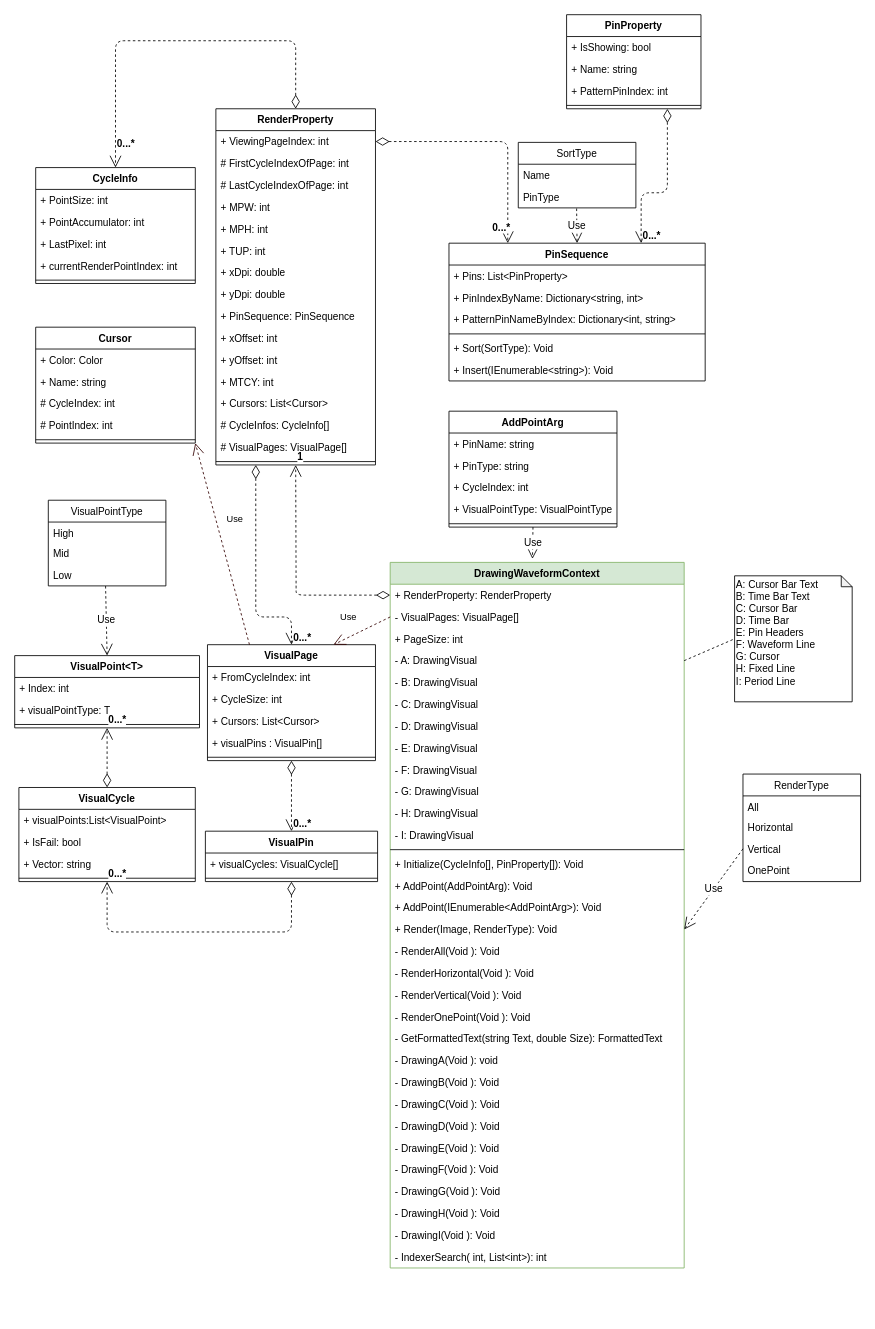
Earlier version of the draw.io diagram page "WF Class Diagram" (3 of 8) of SG9KG5/Waveform.drawio (Jasson-Chou/Software-Projects). Source tidied: cells renumbered, new cells numbered last; positions are measured from the earlier drawing's top-left corner, leaving out a move shared by most shapes. Both pictures are drawn from the tidied source at 84%, with x=0, y=0 at pixel (-22, 14).
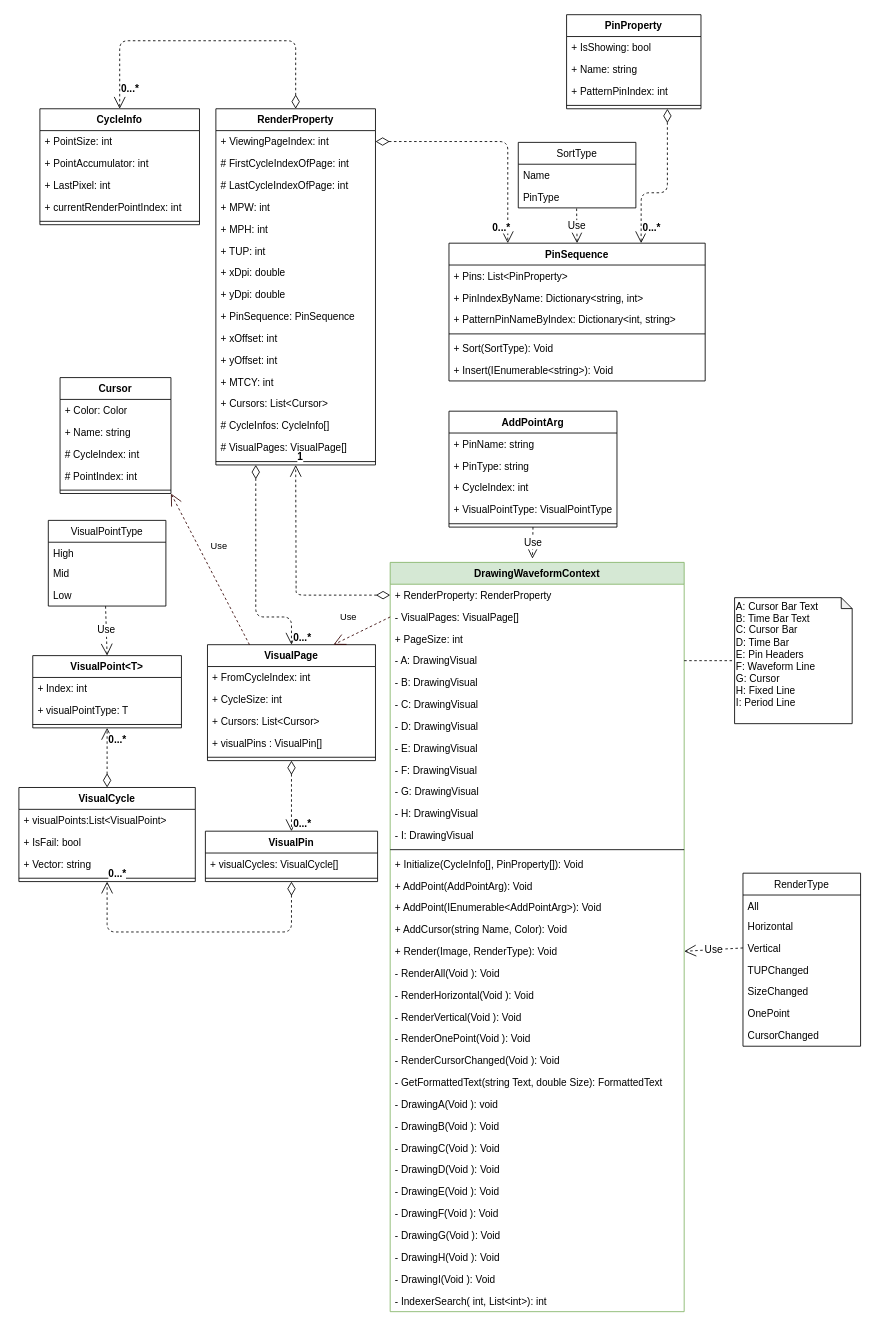
The same diagram, later.

The change refers to these unchanged cells:
```xml
<mxCell id="44" value="VisualCycle" style="swimlane;fontStyle=1;align=center;verticalAlign=top;horizontal=1;startSize=26;" parent="1" vertex="1">
  <mxGeometry x="48" y="920" width="210" height="112" as="geometry" />
</mxCell>
<mxCell id="59" value="RenderProperty" style="swimlane;fontStyle=1;align=center;verticalAlign=top;horizontal=1;startSize=26;" parent="1" vertex="1">
  <mxGeometry x="282.5" y="112" width="190" height="424" as="geometry" />
</mxCell>
<mxCell id="76" value="PinSequence" style="swimlane;fontStyle=1;align=center;verticalAlign=top;horizontal=1;startSize=26;" parent="1" vertex="1">
  <mxGeometry x="560" y="272" width="305" height="164" as="geometry" />
</mxCell>
<mxCell id="86" value="PinProperty" style="swimlane;fontStyle=1;align=center;verticalAlign=top;horizontal=1;startSize=26;" parent="1" vertex="1">
  <mxGeometry x="700" width="160" height="112" as="geometry" />
</mxCell>
```

Diff of the diagram source:
```diff
@@
     <mxCell id="2" value="DrawingWaveformContext" style="swimlane;fontStyle=1;align=center;verticalAlign=top;horizontal=1;startSize=26;fillColor=#d5e8d4;strokeColor=#82b366;" parent="1" vertex="1">
-      <mxGeometry x="490" y="652" width="350" height="840" as="geometry" />
+      <mxGeometry x="490" y="652" width="350" height="892" as="geometry" />
     </mxCell>
@@
+    <mxCell id="128" value="+ AddCursor(string Name, Color): Void" style="text;strokeColor=none;fillColor=none;align=left;verticalAlign=top;spacingLeft=4;spacingRight=4;overflow=hidden;" parent="2" vertex="1">
+      <mxGeometry y="424" width="350" height="26" as="geometry" />
+    </mxCell>
     <mxCell id="19" value="+ Render(Image, RenderType): Void" style="text;strokeColor=none;fillColor=none;align=left;verticalAlign=top;spacingLeft=4;spacingRight=4;overflow=hidden;points=[[0,0.5],[1,0.5]];portConstraint=eastwest;" parent="2" vertex="1">
-      <mxGeometry y="424" width="350" height="26" as="geometry" />
+      <mxGeometry y="450" width="350" height="26" as="geometry" />
     </mxCell>
     <mxCell id="20" value="- RenderAll(Void ): Void" style="text;strokeColor=none;fillColor=none;align=left;verticalAlign=top;spacingLeft=4;spacingRight=4;overflow=hidden;" parent="2" vertex="1">
-      <mxGeometry y="450" width="350" height="26" as="geometry" />
+      <mxGeometry y="476" width="350" height="26" as="geometry" />
     </mxCell>
     <mxCell id="21" value="- RenderHorizontal(Void ): Void" style="text;strokeColor=none;fillColor=none;align=left;verticalAlign=top;spacingLeft=4;spacingRight=4;overflow=hidden;" parent="2" vertex="1">
-      <mxGeometry y="476" width="350" height="26" as="geometry" />
+      <mxGeometry y="502" width="350" height="26" as="geometry" />
     </mxCell>
     <mxCell id="22" value="- RenderVertical(Void ): Void" style="text;strokeColor=none;fillColor=none;align=left;verticalAlign=top;spacingLeft=4;spacingRight=4;overflow=hidden;" parent="2" vertex="1">
-      <mxGeometry y="502" width="350" height="26" as="geometry" />
+      <mxGeometry y="528" width="350" height="26" as="geometry" />
     </mxCell>
     <mxCell id="23" value="- RenderOnePoint(Void ): Void" style="text;strokeColor=none;fillColor=none;align=left;verticalAlign=top;spacingLeft=4;spacingRight=4;overflow=hidden;" parent="2" vertex="1">
-      <mxGeometry y="528" width="350" height="26" as="geometry" />
+      <mxGeometry y="554" width="350" height="26" as="geometry" />
     </mxCell>
+    <mxCell id="129" value="- RenderCursorChanged(Void ): Void" style="text;strokeColor=none;fillColor=none;align=left;verticalAlign=top;spacingLeft=4;spacingRight=4;overflow=hidden;" parent="2" vertex="1">
+      <mxGeometry y="580" width="350" height="26" as="geometry" />
+    </mxCell>
     <mxCell id="24" value="- GetFormattedText(string Text, double Size): FormattedText" style="text;strokeColor=none;fillColor=none;align=left;verticalAlign=top;spacingLeft=4;spacingRight=4;overflow=hidden;" parent="2" vertex="1">
-      <mxGeometry y="554" width="350" height="26" as="geometry" />
+      <mxGeometry y="606" width="350" height="26" as="geometry" />
     </mxCell>
     <mxCell id="25" value="- DrawingA(Void ): void" style="text;strokeColor=none;fillColor=none;align=left;verticalAlign=top;spacingLeft=4;spacingRight=4;overflow=hidden;" parent="2" vertex="1">
-      <mxGeometry y="580" width="350" height="26" as="geometry" />
+      <mxGeometry y="632" width="350" height="26" as="geometry" />
     </mxCell>
     <mxCell id="26" value="- DrawingB(Void ): Void" style="text;strokeColor=none;fillColor=none;align=left;verticalAlign=top;spacingLeft=4;spacingRight=4;overflow=hidden;" parent="2" vertex="1">
-      <mxGeometry y="606" width="350" height="26" as="geometry" />
+      <mxGeometry y="658" width="350" height="26" as="geometry" />
     </mxCell>
     <mxCell id="27" value="- DrawingC(Void ): Void" style="text;strokeColor=none;fillColor=none;align=left;verticalAlign=top;spacingLeft=4;spacingRight=4;overflow=hidden;" parent="2" vertex="1">
-      <mxGeometry y="632" width="350" height="26" as="geometry" />
+      <mxGeometry y="684" width="350" height="26" as="geometry" />
     </mxCell>
     <mxCell id="28" value="- DrawingD(Void ): Void" style="text;strokeColor=none;fillColor=none;align=left;verticalAlign=top;spacingLeft=4;spacingRight=4;overflow=hidden;" parent="2" vertex="1">
-      <mxGeometry y="658" width="350" height="26" as="geometry" />
+      <mxGeometry y="710" width="350" height="26" as="geometry" />
     </mxCell>
     <mxCell id="29" value="- DrawingE(Void ): Void" style="text;strokeColor=none;fillColor=none;align=left;verticalAlign=top;spacingLeft=4;spacingRight=4;overflow=hidden;" parent="2" vertex="1">
-      <mxGeometry y="684" width="350" height="26" as="geometry" />
+      <mxGeometry y="736" width="350" height="26" as="geometry" />
     </mxCell>
     <mxCell id="30" value="- DrawingF(Void ): Void" style="text;strokeColor=none;fillColor=none;align=left;verticalAlign=top;spacingLeft=4;spacingRight=4;overflow=hidden;" parent="2" vertex="1">
-      <mxGeometry y="710" width="350" height="26" as="geometry" />
+      <mxGeometry y="762" width="350" height="26" as="geometry" />
     </mxCell>
     <mxCell id="31" value="- DrawingG(Void ): Void" style="text;strokeColor=none;fillColor=none;align=left;verticalAlign=top;spacingLeft=4;spacingRight=4;overflow=hidden;" parent="2" vertex="1">
-      <mxGeometry y="736" width="350" height="26" as="geometry" />
+      <mxGeometry y="788" width="350" height="26" as="geometry" />
     </mxCell>
     <mxCell id="32" value="- DrawingH(Void ): Void" style="text;strokeColor=none;fillColor=none;align=left;verticalAlign=top;spacingLeft=4;spacingRight=4;overflow=hidden;" parent="2" vertex="1">
-      <mxGeometry y="762" width="350" height="26" as="geometry" />
+      <mxGeometry y="814" width="350" height="26" as="geometry" />
     </mxCell>
     <mxCell id="33" value="- DrawingI(Void ): Void" style="text;strokeColor=none;fillColor=none;align=left;verticalAlign=top;spacingLeft=4;spacingRight=4;overflow=hidden;" parent="2" vertex="1">
-      <mxGeometry y="788" width="350" height="26" as="geometry" />
+      <mxGeometry y="840" width="350" height="26" as="geometry" />
     </mxCell>
     <mxCell id="34" value="- IndexerSearch( int, List&lt;int&gt;): int" style="text;strokeColor=none;fillColor=none;align=left;verticalAlign=top;spacingLeft=4;spacingRight=4;overflow=hidden;" parent="2" vertex="1">
-      <mxGeometry y="814" width="350" height="26" as="geometry" />
+      <mxGeometry y="866" width="350" height="26" as="geometry" />
     </mxCell>
@@
     <mxCell id="49" value="VisualPoint&lt;T&gt;" style="swimlane;fontStyle=1;align=center;verticalAlign=top;horizontal=1;startSize=26;" parent="1" vertex="1">
-      <mxGeometry x="43" y="763" width="220" height="86" as="geometry" />
+      <mxGeometry x="64.5" y="763" width="177" height="86" as="geometry" />
     </mxCell>
     <mxCell id="50" value="+ Index: int" style="text;strokeColor=none;fillColor=none;align=left;verticalAlign=top;spacingLeft=4;spacingRight=4;overflow=hidden;" parent="49" vertex="1">
-      <mxGeometry y="26" width="220" height="26" as="geometry" />
+      <mxGeometry y="26" width="177" height="26" as="geometry" />
     </mxCell>
     <mxCell id="51" value="+ visualPointType: T" style="text;strokeColor=none;fillColor=none;align=left;verticalAlign=top;spacingLeft=4;spacingRight=4;overflow=hidden;" parent="49" vertex="1">
-      <mxGeometry y="52" width="220" height="26" as="geometry" />
+      <mxGeometry y="52" width="177" height="26" as="geometry" />
     </mxCell>
     <mxCell id="52" style="line;strokeWidth=1;fillColor=none;align=left;verticalAlign=middle;spacingTop=-1;spacingLeft=3;spacingRight=3;labelPosition=right;" parent="49" vertex="1">
-      <mxGeometry y="78" width="220" height="8" as="geometry" />
+      <mxGeometry y="78" width="177" height="8" as="geometry" />
     </mxCell>
     <mxCell id="53" value="CycleInfo" style="swimlane;fontStyle=1;align=center;verticalAlign=top;horizontal=1;startSize=26;" parent="1" vertex="1">
-      <mxGeometry x="68" y="182" width="190" height="138" as="geometry" />
+      <mxGeometry x="73" y="112" width="190" height="138" as="geometry" />
     </mxCell>
@@
     <mxCell id="91" value="VisualPointType" style="swimlane;fontStyle=0;horizontal=1;startSize=26;fillColor=none;" parent="1" vertex="1">
-      <mxGeometry x="83" y="578" width="140" height="102" as="geometry" />
+      <mxGeometry x="83" y="602" width="140" height="102" as="geometry" />
     </mxCell>
@@
     <mxCell id="102" value="&lt;b&gt;0...*&lt;/b&gt;" style="endArrow=open;html=1;endSize=12;startArrow=diamondThin;startSize=14;startFill=0;edgeStyle=orthogonalEdgeStyle;align=left;verticalAlign=bottom;dashed=1;fontSize=12;entryX=0.5;entryY=1;entryDx=0;entryDy=0;exitX=0.5;exitY=0;exitDx=0;exitDy=0;" parent="1" edge="1" source="44" target="49">
-      <mxGeometry x="1" relative="1" as="geometry" />
+      <mxGeometry x="0.35" relative="1" as="geometry" />
     </mxCell>
@@
     <mxCell id="109" value="&lt;b&gt;0...*&lt;/b&gt;" style="endArrow=open;html=1;endSize=12;startArrow=diamondThin;startSize=14;startFill=0;edgeStyle=orthogonalEdgeStyle;align=left;verticalAlign=bottom;dashed=1;fontSize=12;exitX=0.75;exitY=1;exitDx=0;exitDy=0;entryX=0.75;entryY=0;entryDx=0;entryDy=0;" parent="1" edge="1" source="86" target="76">
-      <mxGeometry x="1" relative="1" as="geometry">
+      <mxGeometry x="0.9" relative="1" as="geometry">
         <Array as="points">
           <mxPoint x="820" y="212" />
           <mxPoint x="789" y="212" />
         </Array>
       </mxGeometry>
     </mxCell>
     <mxCell id="110" value="&lt;b&gt;0...*&lt;/b&gt;" style="endArrow=open;html=1;endSize=12;startArrow=diamondThin;startSize=14;startFill=0;edgeStyle=orthogonalEdgeStyle;align=left;verticalAlign=bottom;dashed=1;fontSize=12;exitX=0.5;exitY=0;exitDx=0;exitDy=0;entryX=0.5;entryY=0;entryDx=0;entryDy=0;" parent="1" edge="1" source="59" target="53">
       <mxGeometry x="0.91" relative="1" as="geometry">
         <Array as="points">
           <mxPoint x="378" y="31" />
-          <mxPoint x="163" y="31" />
+          <mxPoint x="168" y="31" />
         </Array>
         <mxPoint y="1" as="offset" />
       </mxGeometry>
     </mxCell>
@@
     <mxCell id="112" value="RenderType" style="swimlane;fontStyle=0;horizontal=1;startSize=26;fillColor=none;" parent="1" vertex="1">
-      <mxGeometry x="910" y="904" width="140" height="128" as="geometry" />
+      <mxGeometry x="910" y="1022" width="140" height="206" as="geometry" />
     </mxCell>
@@
+    <mxCell id="130" value="TUPChanged" style="text;strokeColor=none;fillColor=none;align=left;verticalAlign=top;spacingLeft=4;spacingRight=4;overflow=hidden;" parent="112" vertex="1">
+      <mxGeometry y="102" width="140" height="26" as="geometry" />
+    </mxCell>
+    <mxCell id="131" value="SizeChanged" style="text;strokeColor=none;fillColor=none;align=left;verticalAlign=top;spacingLeft=4;spacingRight=4;overflow=hidden;" parent="112" vertex="1">
+      <mxGeometry y="128" width="140" height="26" as="geometry" />
+    </mxCell>
     <mxCell id="116" value="OnePoint" style="text;strokeColor=none;fillColor=none;align=left;verticalAlign=top;spacingLeft=4;spacingRight=4;overflow=hidden;" parent="112" vertex="1">
-      <mxGeometry y="102" width="140" height="26" as="geometry" />
+      <mxGeometry y="154" width="140" height="26" as="geometry" />
     </mxCell>
+    <mxCell id="132" value="CursorChanged" style="text;strokeColor=none;fillColor=none;align=left;verticalAlign=top;spacingLeft=4;spacingRight=4;overflow=hidden;" parent="112" vertex="1">
+      <mxGeometry y="180" width="140" height="26" as="geometry" />
+    </mxCell>
@@
     <mxCell id="118" value="&lt;div&gt;A: Cursor Bar Text&lt;/div&gt;&lt;div&gt;B: Time Bar Text&lt;/div&gt;&lt;div&gt;C: Cursor Bar&lt;/div&gt;&lt;div&gt;D: Time Bar&lt;/div&gt;&lt;div&gt;E: Pin Headers&lt;/div&gt;&lt;div&gt;F: Waveform Line&lt;/div&gt;&lt;div&gt;G: Cursor&lt;/div&gt;&lt;div&gt;H: Fixed Line&lt;/div&gt;&lt;div&gt;I: Period Line&lt;/div&gt;&lt;div&gt;&lt;br&gt;&lt;/div&gt;" style="shape=note;whiteSpace=wrap;html=1;backgroundOutline=1;darkOpacity=0.05;align=left;size=13;" parent="1" vertex="1">
-      <mxGeometry x="900" y="668" width="140" height="150" as="geometry" />
+      <mxGeometry x="900" y="694" width="140" height="150" as="geometry" />
     </mxCell>
@@
     <mxCell id="121" value="Cursor" style="swimlane;fontStyle=1;align=center;verticalAlign=top;horizontal=1;startSize=26;" parent="1" vertex="1">
-      <mxGeometry x="68" y="372" width="190" height="138" as="geometry" />
+      <mxGeometry x="97" y="432" width="132" height="138" as="geometry" />
     </mxCell>
     <mxCell id="122" value="+ Color: Color" style="text;strokeColor=none;fillColor=none;align=left;verticalAlign=top;spacingLeft=4;spacingRight=4;overflow=hidden;" parent="121" vertex="1">
-      <mxGeometry y="26" width="190" height="26" as="geometry" />
+      <mxGeometry y="26" width="132" height="26" as="geometry" />
     </mxCell>
     <mxCell id="123" value="+ Name: string" style="text;strokeColor=none;fillColor=none;align=left;verticalAlign=top;spacingLeft=4;spacingRight=4;overflow=hidden;" parent="121" vertex="1">
-      <mxGeometry y="52" width="190" height="26" as="geometry" />
+      <mxGeometry y="52" width="132" height="26" as="geometry" />
     </mxCell>
     <mxCell id="124" value="# CycleIndex: int" style="text;strokeColor=none;fillColor=none;align=left;verticalAlign=top;spacingLeft=4;spacingRight=4;overflow=hidden;" parent="121" vertex="1">
-      <mxGeometry y="78" width="190" height="26" as="geometry" />
+      <mxGeometry y="78" width="132" height="26" as="geometry" />
     </mxCell>
     <mxCell id="125" value="# PointIndex: int" style="text;strokeColor=none;fillColor=none;align=left;verticalAlign=top;spacingLeft=4;spacingRight=4;overflow=hidden;" parent="121" vertex="1">
-      <mxGeometry y="104" width="190" height="26" as="geometry" />
+      <mxGeometry y="104" width="132" height="26" as="geometry" />
     </mxCell>
     <mxCell id="126" style="line;strokeWidth=1;fillColor=none;align=left;verticalAlign=middle;spacingTop=-1;spacingLeft=3;spacingRight=3;labelPosition=right;" parent="121" vertex="1">
-      <mxGeometry y="130" width="190" height="8" as="geometry" />
+      <mxGeometry y="130" width="132" height="8" as="geometry" />
     </mxCell>
```
